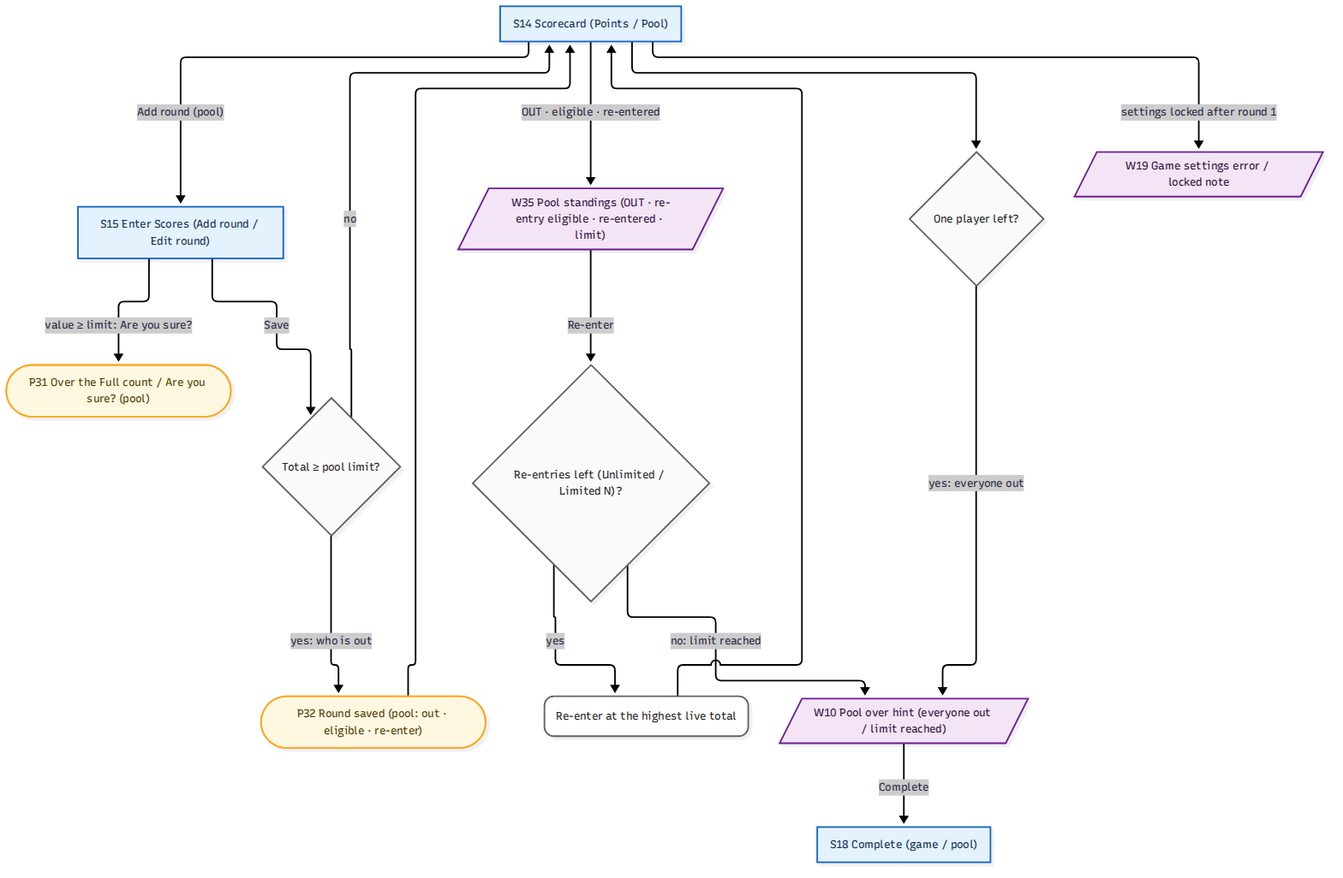
Earlier version of the Mermaid export rummy-home3/docs/flows/png/F09-pool-out-re-entry-limit.png (sreeatcandorps/RummyHome). Its source is kept beside it as rummy-home3/docs/flows/mmd/F09-pool-out-re-entry-limit.mmd.
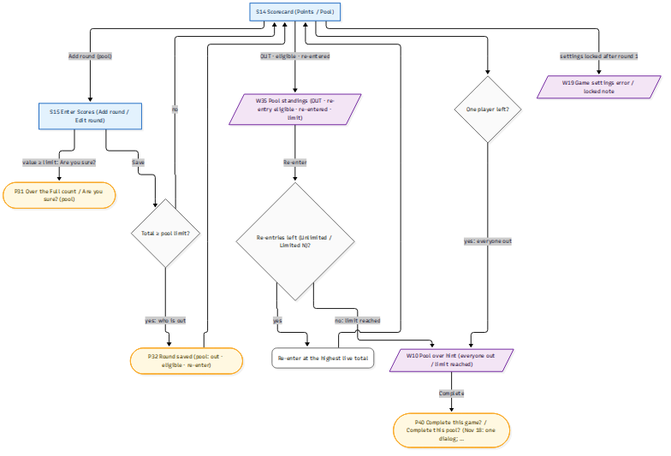
The same file after the commit.

Diff of the diagram source:
```diff
@@ -7,7 +7,7 @@
   w10[/"W10 Pool over hint (everyone out / limit reached)"/]:::warning
   p31(["P31 Over the Full count / Are you sure? (pool)"]):::popup
   w19[/"W19 Game settings error / locked note"/]:::warning
-  s18["S18 Complete (game / pool)"]:::screen
+  p40(["P40 Complete this game? / Complete this pool? (Nov 18: one dialog; …"]):::popup
   over{"Total ≥ pool limit?"}:::decision
   reentry{"Re-entries left (Unlimited / Limited N)?"}:::decision
   reenter("Re-enter at the highest live total"):::step
@@ -25,7 +25,7 @@
   reentry -->|"no: limit reached"| w10
   s14 --> left
   left -->|"yes: everyone out"| w10
-  w10 -->|"Complete"| s18
+  w10 -->|"Complete"| p40
   s14 -->|"settings locked after round 1"| w19
   classDef screen fill:#e3f2fd,stroke:#1565c0,color:#0d2c54
   classDef popup fill:#fff8e1,stroke:#f9a825,color:#4e3a00
```
